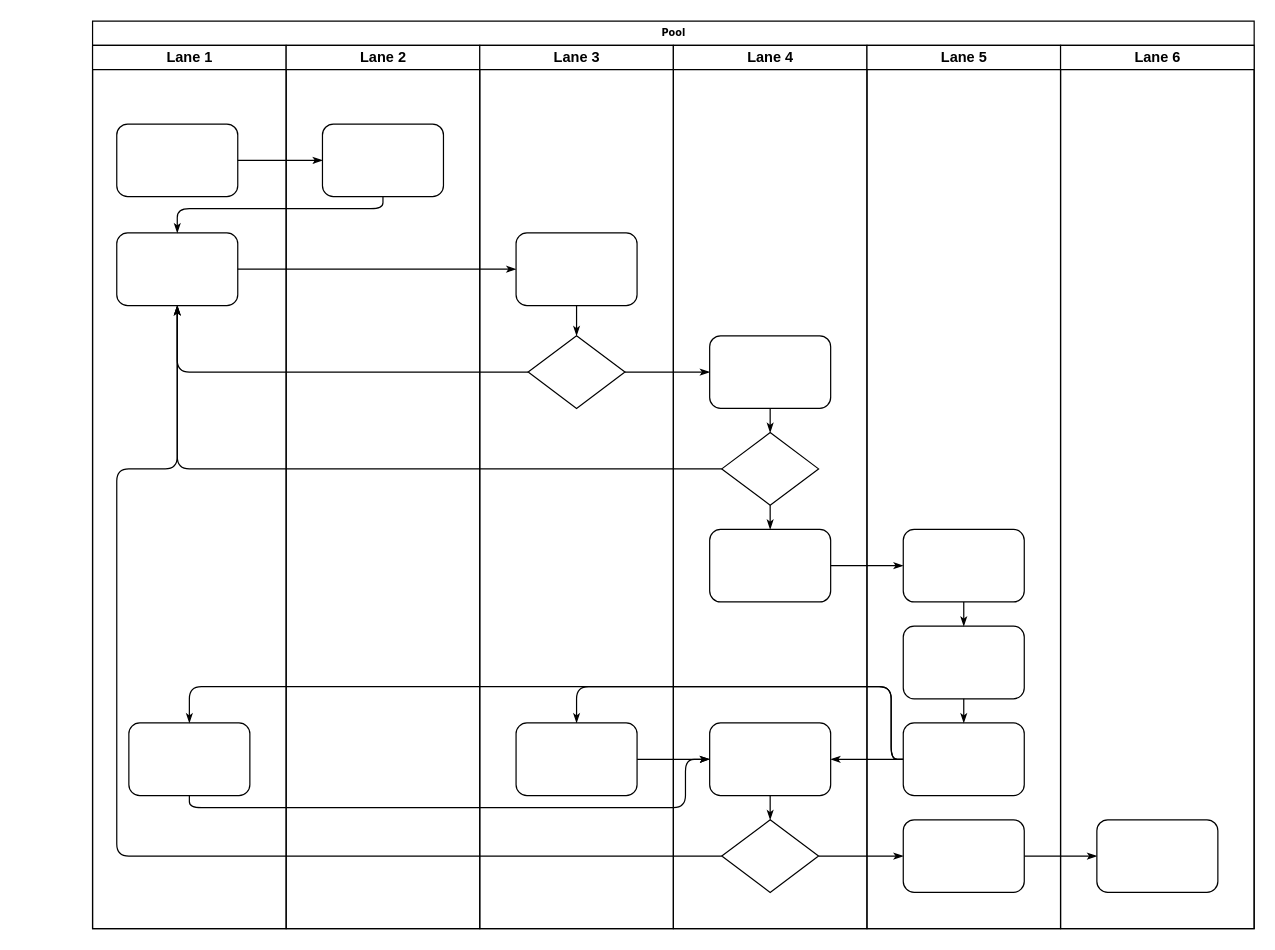
This is universal-engine/配置优化.drawio from karlchan-cn/drawio-repository, a draw.io file, before an edit. Source tidied: cells renumbered, new cells numbered last; positions are measured from the earlier drawing's top-left corner, leaving out a move shared by most shapes. Both pictures are drawn from the tidied source at 121%, with x=0, y=0 at pixel (92, 21).
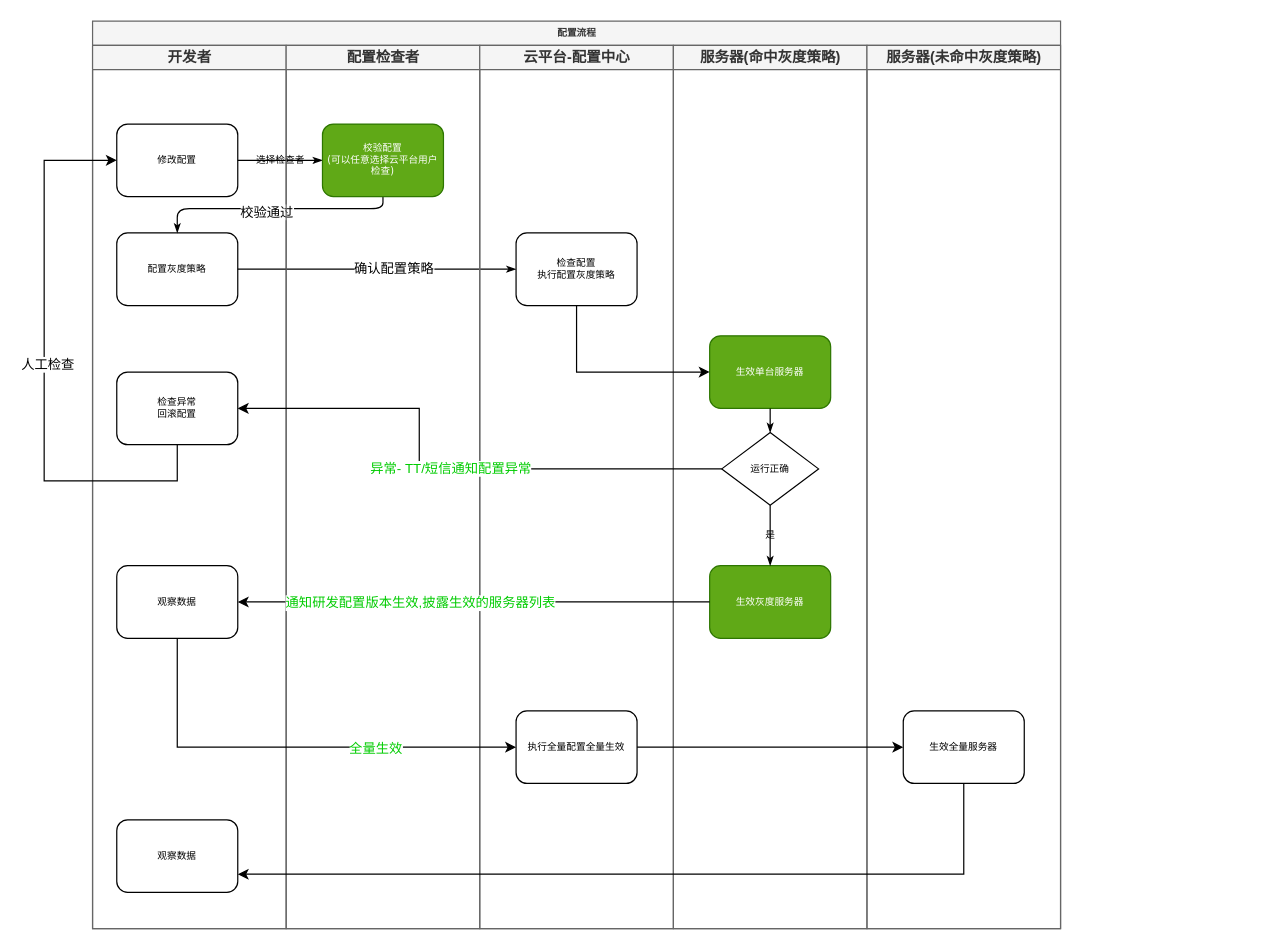
Above is the later version.

The change refers to these unchanged cells:
```xml
<mxCell id="8" style="edgeStyle=orthogonalEdgeStyle;rounded=1;html=1;labelBackgroundColor=none;startArrow=none;startFill=0;startSize=5;endArrow=classicThin;endFill=1;endSize=5;jettySize=auto;strokeWidth=1;fontFamily=Verdana;fontSize=8;" parent="2" edge="1" source="23" target="5">
  <mxGeometry relative="1" as="geometry">
    <Array as="points">
      <mxPoint x="240" y="155" />
      <mxPoint x="70" y="155" />
    </Array>
  </mxGeometry>
</mxCell>
<mxCell id="9" style="edgeStyle=orthogonalEdgeStyle;rounded=1;html=1;labelBackgroundColor=none;startArrow=none;startFill=0;startSize=5;endArrow=classicThin;endFill=1;endSize=5;jettySize=auto;strokeWidth=1;fontFamily=Verdana;fontSize=8;" parent="2" edge="1" source="5" target="25">
  <mxGeometry relative="1" as="geometry" />
</mxCell>
```

The edit, as a diff of the source:
```diff
@@
-    <mxCell id="2" value="Pool" style="swimlane;html=1;startSize=20;rounded=0;shadow=0;labelBackgroundColor=none;strokeWidth=1;fontFamily=Verdana;fontSize=8;align=center;" parent="1" vertex="1">
-      <mxGeometry width="960" height="750" as="geometry" />
+    <mxCell id="2" value="配置流程" style="swimlane;html=1;startSize=20;rounded=0;shadow=0;labelBackgroundColor=none;strokeWidth=1;fontFamily=Verdana;fontSize=8;align=center;fillColor=#f5f5f5;fontColor=#333333;strokeColor=#666666;" parent="1" vertex="1">
+      <mxGeometry width="800" height="750" as="geometry" />
     </mxCell>
-    <mxCell id="3" value="Lane 1" style="swimlane;html=1;startSize=20;" parent="2" vertex="1">
+    <mxCell id="3" value="开发者" style="swimlane;html=1;startSize=20;fillColor=#f5f5f5;fontColor=#333333;strokeColor=#666666;" parent="2" vertex="1">
       <mxGeometry y="20" width="160" height="730" as="geometry" />
     </mxCell>
-    <mxCell id="4" style="rounded=1;whiteSpace=wrap;html=1;shadow=0;labelBackgroundColor=none;strokeWidth=1;fontFamily=Verdana;fontSize=8;align=center;" parent="3" vertex="1">
+    <mxCell id="4" value="修改配置" style="rounded=1;whiteSpace=wrap;html=1;shadow=0;labelBackgroundColor=none;strokeWidth=1;fontFamily=Verdana;fontSize=8;align=center;" parent="3" vertex="1">
       <mxGeometry x="20" y="65" width="100" height="60" as="geometry" />
     </mxCell>
-    <mxCell id="5" style="rounded=1;whiteSpace=wrap;html=1;shadow=0;labelBackgroundColor=none;strokeWidth=1;fontFamily=Verdana;fontSize=8;align=center;" parent="3" vertex="1">
+    <mxCell id="5" value="配置灰度策略" style="rounded=1;whiteSpace=wrap;html=1;shadow=0;labelBackgroundColor=none;strokeWidth=1;fontFamily=Verdana;fontSize=8;align=center;" parent="3" vertex="1">
       <mxGeometry x="20" y="155" width="100" height="60" as="geometry" />
     </mxCell>
-    <mxCell id="6" style="rounded=1;whiteSpace=wrap;html=1;shadow=0;labelBackgroundColor=none;strokeWidth=1;fontFamily=Verdana;fontSize=8;align=center;" parent="3" vertex="1">
-      <mxGeometry x="30" y="560" width="100" height="60" as="geometry" />
-    </mxCell>
+    <mxCell id="47" style="edgeStyle=orthogonalEdgeStyle;rounded=0;jettySize=auto;html=1;entryX=0;entryY=0.5;entryDx=0;entryDy=0;" parent="3" edge="1" source="49" target="4">
+      <mxGeometry relative="1" as="geometry">
+        <Array as="points">
+          <mxPoint x="-40" y="360" />
+          <mxPoint x="-40" y="95" />
+        </Array>
+      </mxGeometry>
+    </mxCell>
+    <mxCell id="48" value="人工检查" style="edgeLabel;html=1;align=center;verticalAlign=middle;" parent="47" vertex="1">
+      <mxGeometry x="0.02" y="-2" relative="1" as="geometry" />
+    </mxCell>
+    <mxCell id="49" value="检查异常&lt;br&gt;回滚配置" style="rounded=1;whiteSpace=wrap;html=1;shadow=0;labelBackgroundColor=none;strokeWidth=1;fontFamily=Verdana;fontSize=8;align=center;" parent="3" vertex="1">
+      <mxGeometry x="20" y="270" width="100" height="60" as="geometry" />
+    </mxCell>
+    <mxCell id="50" value="观察数据" style="rounded=1;whiteSpace=wrap;html=1;shadow=0;labelBackgroundColor=none;strokeWidth=1;fontFamily=Verdana;fontSize=8;align=center;" parent="3" vertex="1">
+      <mxGeometry x="20" y="430" width="100" height="60" as="geometry" />
+    </mxCell>
+    <mxCell id="51" value="观察数据" style="rounded=1;whiteSpace=wrap;html=1;shadow=0;labelBackgroundColor=none;strokeWidth=1;fontFamily=Verdana;fontSize=8;align=center;" parent="3" vertex="1">
+      <mxGeometry x="20" y="640" width="100" height="60" as="geometry" />
+    </mxCell>
-    <mxCell id="7" style="edgeStyle=orthogonalEdgeStyle;rounded=1;html=1;labelBackgroundColor=none;startArrow=none;startFill=0;startSize=5;endArrow=classicThin;endFill=1;endSize=5;jettySize=auto;strokeWidth=1;fontFamily=Verdana;fontSize=8;" parent="2" edge="1" source="4" target="23">
+    <mxCell id="7" value="选择检查者" style="edgeStyle=orthogonalEdgeStyle;rounded=1;html=1;labelBackgroundColor=none;startArrow=none;startFill=0;startSize=5;endArrow=classicThin;endFill=1;endSize=5;jettySize=auto;strokeWidth=1;fontFamily=Verdana;fontSize=8;" parent="2" edge="1" source="4" target="23">
       <mxGeometry relative="1" as="geometry" />
     </mxCell>
@@
+    <mxCell id="52" value="校验通过" style="edgeLabel;html=1;align=center;verticalAlign=middle;" parent="8" vertex="1">
+      <mxGeometry x="0.07" y="2" relative="1" as="geometry" />
+    </mxCell>
@@
-    <mxCell id="10" style="edgeStyle=orthogonalEdgeStyle;rounded=1;html=1;labelBackgroundColor=none;startArrow=none;startFill=0;startSize=5;endArrow=classicThin;endFill=1;endSize=5;jettySize=auto;strokeWidth=1;fontFamily=Verdana;fontSize=8;" parent="2" edge="1" source="26" target="5">
-      <mxGeometry relative="1" as="geometry" />
-    </mxCell>
-    <mxCell id="11" style="edgeStyle=orthogonalEdgeStyle;rounded=1;html=1;labelBackgroundColor=none;startArrow=none;startFill=0;startSize=5;endArrow=classicThin;endFill=1;endSize=5;jettySize=auto;strokeWidth=1;fontFamily=Verdana;fontSize=8;" parent="2" edge="1" source="31" target="5">
-      <mxGeometry relative="1" as="geometry" />
-    </mxCell>
-    <mxCell id="12" style="edgeStyle=orthogonalEdgeStyle;rounded=1;html=1;labelBackgroundColor=none;startArrow=none;startFill=0;startSize=5;endArrow=classicThin;endFill=1;endSize=5;jettySize=auto;strokeWidth=1;fontFamily=Verdana;fontSize=8;" parent="2" edge="1" source="34" target="5">
-      <mxGeometry relative="1" as="geometry">
-        <Array as="points">
-          <mxPoint x="20" y="690" />
-          <mxPoint x="20" y="370" />
-          <mxPoint x="70" y="370" />
-        </Array>
-      </mxGeometry>
-    </mxCell>
-    <mxCell id="13" style="edgeStyle=orthogonalEdgeStyle;rounded=1;html=1;labelBackgroundColor=none;startArrow=none;startFill=0;startSize=5;endArrow=classicThin;endFill=1;endSize=5;jettySize=auto;strokeWidth=1;fontFamily=Verdana;fontSize=8;" parent="2" edge="1" source="26" target="30">
-      <mxGeometry relative="1" as="geometry" />
-    </mxCell>
-    <mxCell id="14" style="edgeStyle=orthogonalEdgeStyle;rounded=1;html=1;labelBackgroundColor=none;startArrow=none;startFill=0;startSize=5;endArrow=classicThin;endFill=1;endSize=5;jettySize=auto;strokeWidth=1;fontFamily=Verdana;fontSize=8;" parent="2" edge="1" source="34" target="42">
-      <mxGeometry relative="1" as="geometry" />
-    </mxCell>
+    <mxCell id="53" value="确认配置策略" style="edgeLabel;html=1;align=center;verticalAlign=middle;" parent="9" vertex="1">
+      <mxGeometry x="0.11" y="1" relative="1" as="geometry" />
+    </mxCell>
-    <mxCell id="15" style="edgeStyle=orthogonalEdgeStyle;rounded=1;html=1;labelBackgroundColor=none;startArrow=none;startFill=0;startSize=5;endArrow=classicThin;endFill=1;endSize=5;jettySize=auto;strokeWidth=1;fontFamily=Verdana;fontSize=8;" parent="2" edge="1" source="42" target="46">
-      <mxGeometry relative="1" as="geometry" />
+    <mxCell id="15" style="edgeStyle=orthogonalEdgeStyle;rounded=1;html=1;labelBackgroundColor=none;startArrow=none;startFill=0;startSize=5;endArrow=classicThin;endFill=1;endSize=5;jettySize=auto;orthogonalLoop=1;strokeWidth=1;fontFamily=Verdana;fontSize=8;" parent="2" edge="1">
+      <mxGeometry relative="1" as="geometry">
+        <mxPoint x="830" y="690" as="targetPoint" />
+      </mxGeometry>
     </mxCell>
-    <mxCell id="16" style="edgeStyle=orthogonalEdgeStyle;rounded=1;html=1;labelBackgroundColor=none;startArrow=none;startFill=0;startSize=5;endArrow=classicThin;endFill=1;endSize=5;jettySize=auto;strokeWidth=1;fontFamily=Verdana;fontSize=8;" parent="2" edge="1" source="32" target="39">
-      <mxGeometry relative="1" as="geometry" />
-    </mxCell>
-    <mxCell id="17" style="edgeStyle=orthogonalEdgeStyle;rounded=1;html=1;labelBackgroundColor=none;startArrow=none;startFill=0;startSize=5;endArrow=classicThin;endFill=1;endSize=5;jettySize=auto;strokeWidth=1;fontFamily=Verdana;fontSize=8;" parent="2" edge="1" source="41" target="27">
-      <mxGeometry relative="1" as="geometry">
-        <Array as="points">
-          <mxPoint x="660" y="610" />
-          <mxPoint x="660" y="550" />
-          <mxPoint x="400" y="550" />
-        </Array>
-      </mxGeometry>
-    </mxCell>
-    <mxCell id="18" style="edgeStyle=orthogonalEdgeStyle;rounded=1;html=1;labelBackgroundColor=none;startArrow=none;startFill=0;startSize=5;endArrow=classicThin;endFill=1;endSize=5;jettySize=auto;strokeColor=#000000;strokeWidth=1;fontFamily=Verdana;fontSize=8;fontColor=#000000;" parent="2" edge="1" source="41" target="33">
-      <mxGeometry relative="1" as="geometry" />
-    </mxCell>
-    <mxCell id="19" style="edgeStyle=orthogonalEdgeStyle;rounded=1;html=1;labelBackgroundColor=none;startArrow=none;startFill=0;startSize=5;endArrow=classicThin;endFill=1;endSize=5;jettySize=auto;strokeWidth=1;fontFamily=Verdana;fontSize=8;" parent="2" edge="1" source="41" target="6">
-      <mxGeometry relative="1" as="geometry">
-        <Array as="points">
-          <mxPoint x="660" y="610" />
-          <mxPoint x="660" y="550" />
-          <mxPoint x="80" y="550" />
-        </Array>
-      </mxGeometry>
-    </mxCell>
-    <mxCell id="20" style="edgeStyle=orthogonalEdgeStyle;rounded=1;html=1;labelBackgroundColor=none;startArrow=none;startFill=0;startSize=5;endArrow=classicThin;endFill=1;endSize=5;jettySize=auto;strokeWidth=1;fontFamily=Verdana;fontSize=8;" parent="2" edge="1" source="6" target="33">
-      <mxGeometry relative="1" as="geometry">
-        <Array as="points">
-          <mxPoint x="80" y="650" />
-          <mxPoint x="490" y="650" />
-          <mxPoint x="490" y="610" />
-        </Array>
-      </mxGeometry>
-    </mxCell>
-    <mxCell id="21" style="edgeStyle=orthogonalEdgeStyle;rounded=1;html=1;labelBackgroundColor=none;startArrow=none;startFill=0;startSize=5;endArrow=classicThin;endFill=1;endSize=5;jettySize=auto;strokeWidth=1;fontFamily=Verdana;fontSize=8;" parent="2" edge="1" source="27" target="33">
-      <mxGeometry relative="1" as="geometry" />
-    </mxCell>
-    <mxCell id="22" value="Lane 2" style="swimlane;html=1;startSize=20;" parent="2" vertex="1">
+    <mxCell id="22" value="配置检查者" style="swimlane;html=1;startSize=20;fillColor=#f5f5f5;fontColor=#333333;strokeColor=#666666;" parent="2" vertex="1">
       <mxGeometry x="160" y="20" width="160" height="730" as="geometry" />
     </mxCell>
-    <mxCell id="23" style="rounded=1;whiteSpace=wrap;html=1;shadow=0;labelBackgroundColor=none;strokeWidth=1;fontFamily=Verdana;fontSize=8;align=center;" parent="22" vertex="1">
+    <mxCell id="23" value="校验配置&lt;br&gt;(可以任意选择云平台用户检查)" style="rounded=1;whiteSpace=wrap;html=1;shadow=0;labelBackgroundColor=none;strokeWidth=1;fontFamily=Verdana;fontSize=8;align=center;fillColor=#60a917;strokeColor=#2D7600;fontColor=#ffffff;" parent="22" vertex="1">
       <mxGeometry x="30" y="65" width="100" height="60" as="geometry" />
     </mxCell>
-    <mxCell id="24" value="Lane 3" style="swimlane;html=1;startSize=20;" parent="2" vertex="1">
+    <mxCell id="24" value="云平台-配置中心" style="swimlane;html=1;startSize=20;fillColor=#f5f5f5;fontColor=#333333;strokeColor=#666666;" parent="2" vertex="1">
       <mxGeometry x="320" y="20" width="160" height="730" as="geometry" />
     </mxCell>
-    <mxCell id="25" style="rounded=1;whiteSpace=wrap;html=1;shadow=0;labelBackgroundColor=none;strokeWidth=1;fontFamily=Verdana;fontSize=8;align=center;" parent="24" vertex="1">
+    <mxCell id="25" value="检查配置&lt;br&gt;执行配置灰度策略" style="rounded=1;whiteSpace=wrap;html=1;shadow=0;labelBackgroundColor=none;strokeWidth=1;fontFamily=Verdana;fontSize=8;align=center;" parent="24" vertex="1">
       <mxGeometry x="30" y="155" width="100" height="60" as="geometry" />
     </mxCell>
-    <mxCell id="26" style="rhombus;whiteSpace=wrap;html=1;rounded=0;shadow=0;labelBackgroundColor=none;strokeWidth=1;fontFamily=Verdana;fontSize=8;align=center;" parent="24" vertex="1">
-      <mxGeometry x="40" y="240" width="80" height="60" as="geometry" />
-    </mxCell>
-    <mxCell id="27" style="rounded=1;whiteSpace=wrap;html=1;shadow=0;labelBackgroundColor=none;strokeWidth=1;fontFamily=Verdana;fontSize=8;align=center;" parent="24" vertex="1">
-      <mxGeometry x="30" y="560" width="100" height="60" as="geometry" />
-    </mxCell>
-    <mxCell id="28" style="edgeStyle=orthogonalEdgeStyle;rounded=1;html=1;labelBackgroundColor=none;startArrow=none;startFill=0;startSize=5;endArrow=classicThin;endFill=1;endSize=5;jettySize=auto;strokeWidth=1;fontFamily=Verdana;fontSize=8;" parent="24" edge="1" source="25" target="26">
-      <mxGeometry relative="1" as="geometry" />
-    </mxCell>
+    <mxCell id="54" value="执行全量配置全量生效" style="rounded=1;whiteSpace=wrap;html=1;shadow=0;labelBackgroundColor=none;strokeWidth=1;fontFamily=Verdana;fontSize=8;align=center;" parent="24" vertex="1">
+      <mxGeometry x="30" y="550" width="100" height="60" as="geometry" />
+    </mxCell>
-    <mxCell id="29" value="Lane 4" style="swimlane;html=1;startSize=20;" parent="2" vertex="1">
+    <mxCell id="29" value="服务器(命中灰度策略)" style="swimlane;html=1;startSize=20;fillColor=#f5f5f5;fontColor=#333333;strokeColor=#666666;" parent="2" vertex="1">
       <mxGeometry x="480" y="20" width="160" height="730" as="geometry" />
     </mxCell>
-    <mxCell id="30" style="rounded=1;whiteSpace=wrap;html=1;shadow=0;labelBackgroundColor=none;strokeWidth=1;fontFamily=Verdana;fontSize=8;align=center;" parent="29" vertex="1">
+    <mxCell id="30" value="生效单台服务器" style="rounded=1;whiteSpace=wrap;html=1;shadow=0;labelBackgroundColor=none;strokeWidth=1;fontFamily=Verdana;fontSize=8;align=center;fillColor=#60a917;fontColor=#ffffff;strokeColor=#2D7600;" parent="29" vertex="1">
       <mxGeometry x="30" y="240" width="100" height="60" as="geometry" />
     </mxCell>
-    <mxCell id="31" style="rhombus;whiteSpace=wrap;html=1;rounded=0;shadow=0;labelBackgroundColor=none;strokeWidth=1;fontFamily=Verdana;fontSize=8;align=center;" parent="29" vertex="1">
+    <mxCell id="31" value="运行正确" style="rhombus;whiteSpace=wrap;html=1;rounded=0;shadow=0;labelBackgroundColor=none;strokeWidth=1;fontFamily=Verdana;fontSize=8;align=center;" parent="29" vertex="1">
       <mxGeometry x="40" y="320" width="80" height="60" as="geometry" />
     </mxCell>
-    <mxCell id="32" style="rounded=1;whiteSpace=wrap;html=1;shadow=0;labelBackgroundColor=none;strokeWidth=1;fontFamily=Verdana;fontSize=8;align=center;" parent="29" vertex="1">
-      <mxGeometry x="30" y="400" width="100" height="60" as="geometry" />
+    <mxCell id="32" value="生效灰度服务器" style="rounded=1;whiteSpace=wrap;html=1;shadow=0;labelBackgroundColor=none;strokeWidth=1;fontFamily=Verdana;fontSize=8;align=center;fillColor=#60a917;fontColor=#ffffff;strokeColor=#2D7600;" parent="29" vertex="1">
+      <mxGeometry x="30" y="430" width="100" height="60" as="geometry" />
     </mxCell>
-    <mxCell id="33" style="rounded=1;whiteSpace=wrap;html=1;shadow=0;labelBackgroundColor=none;strokeWidth=1;fontFamily=Verdana;fontSize=8;align=center;" parent="29" vertex="1">
-      <mxGeometry x="30" y="560" width="100" height="60" as="geometry" />
-    </mxCell>
-    <mxCell id="34" style="rhombus;whiteSpace=wrap;html=1;rounded=0;shadow=0;labelBackgroundColor=none;strokeWidth=1;fontFamily=Verdana;fontSize=8;align=center;" parent="29" vertex="1">
-      <mxGeometry x="40" y="640" width="80" height="60" as="geometry" />
-    </mxCell>
@@
-    <mxCell id="36" style="edgeStyle=orthogonalEdgeStyle;rounded=1;html=1;labelBackgroundColor=none;startArrow=none;startFill=0;startSize=5;endArrow=classicThin;endFill=1;endSize=5;jettySize=auto;strokeWidth=1;fontFamily=Verdana;fontSize=8;" parent="29" edge="1" source="31" target="32">
+    <mxCell id="36" value="是" style="edgeStyle=orthogonalEdgeStyle;rounded=1;html=1;labelBackgroundColor=none;startArrow=none;startFill=0;startSize=5;endArrow=classicThin;endFill=1;endSize=5;jettySize=auto;strokeWidth=1;fontFamily=Verdana;fontSize=8;" parent="29" edge="1" source="31" target="32">
       <mxGeometry relative="1" as="geometry" />
     </mxCell>
-    <mxCell id="37" style="edgeStyle=orthogonalEdgeStyle;rounded=1;html=1;labelBackgroundColor=none;startArrow=none;startFill=0;startSize=5;endArrow=classicThin;endFill=1;endSize=5;jettySize=auto;strokeWidth=1;fontFamily=Verdana;fontSize=8;" parent="29" edge="1" source="33" target="34">
-      <mxGeometry relative="1" as="geometry" />
-    </mxCell>
-    <mxCell id="38" value="Lane 5" style="swimlane;html=1;startSize=20;" parent="2" vertex="1">
+    <mxCell id="38" value="服务器(未命中灰度策略)" style="swimlane;html=1;startSize=20;fillColor=#f5f5f5;fontColor=#333333;strokeColor=#666666;" parent="2" vertex="1">
       <mxGeometry x="640" y="20" width="160" height="730" as="geometry" />
     </mxCell>
-    <mxCell id="39" style="rounded=1;whiteSpace=wrap;html=1;shadow=0;labelBackgroundColor=none;strokeWidth=1;fontFamily=Verdana;fontSize=8;align=center;" parent="38" vertex="1">
-      <mxGeometry x="30" y="400" width="100" height="60" as="geometry" />
-    </mxCell>
-    <mxCell id="40" style="rounded=1;whiteSpace=wrap;html=1;shadow=0;labelBackgroundColor=none;strokeWidth=1;fontFamily=Verdana;fontSize=8;align=center;" parent="38" vertex="1">
-      <mxGeometry x="30" y="480" width="100" height="60" as="geometry" />
-    </mxCell>
-    <mxCell id="41" style="rounded=1;whiteSpace=wrap;html=1;shadow=0;labelBackgroundColor=none;strokeWidth=1;fontFamily=Verdana;fontSize=8;align=center;" parent="38" vertex="1">
-      <mxGeometry x="30" y="560" width="100" height="60" as="geometry" />
-    </mxCell>
-    <mxCell id="42" style="rounded=1;whiteSpace=wrap;html=1;shadow=0;labelBackgroundColor=none;strokeWidth=1;fontFamily=Verdana;fontSize=8;align=center;" parent="38" vertex="1">
-      <mxGeometry x="30" y="640" width="100" height="60" as="geometry" />
-    </mxCell>
-    <mxCell id="43" style="edgeStyle=orthogonalEdgeStyle;rounded=1;html=1;labelBackgroundColor=none;startArrow=none;startFill=0;startSize=5;endArrow=classicThin;endFill=1;endSize=5;jettySize=auto;strokeWidth=1;fontFamily=Verdana;fontSize=8;" parent="38" edge="1" source="39" target="40">
-      <mxGeometry relative="1" as="geometry" />
-    </mxCell>
-    <mxCell id="44" style="edgeStyle=orthogonalEdgeStyle;rounded=1;html=1;labelBackgroundColor=none;startArrow=none;startFill=0;startSize=5;endArrow=classicThin;endFill=1;endSize=5;jettySize=auto;strokeWidth=1;fontFamily=Verdana;fontSize=8;" parent="38" edge="1" source="40" target="41">
-      <mxGeometry relative="1" as="geometry" />
-    </mxCell>
-    <mxCell id="45" value="Lane 6" style="swimlane;html=1;startSize=20;" parent="2" vertex="1">
-      <mxGeometry x="800" y="20" width="160" height="730" as="geometry" />
-    </mxCell>
-    <mxCell id="46" style="rounded=1;whiteSpace=wrap;html=1;shadow=0;labelBackgroundColor=none;strokeWidth=1;fontFamily=Verdana;fontSize=8;align=center;" parent="45" vertex="1">
-      <mxGeometry x="30" y="640" width="100" height="60" as="geometry" />
-    </mxCell>
+    <mxCell id="55" value="生效全量服务器" style="rounded=1;whiteSpace=wrap;html=1;shadow=0;labelBackgroundColor=none;strokeWidth=1;fontFamily=Verdana;fontSize=8;align=center;" parent="38" vertex="1">
+      <mxGeometry x="30" y="550" width="100" height="60" as="geometry" />
+    </mxCell>
+    <mxCell id="56" style="edgeStyle=orthogonalEdgeStyle;rounded=0;jettySize=auto;html=1;entryX=0;entryY=0.5;entryDx=0;entryDy=0;exitX=0.5;exitY=1;exitDx=0;exitDy=0;" parent="2" edge="1" source="25" target="30">
+      <mxGeometry relative="1" as="geometry" />
+    </mxCell>
+    <mxCell id="57" style="edgeStyle=orthogonalEdgeStyle;rounded=0;jettySize=auto;html=1;entryX=1;entryY=0.5;entryDx=0;entryDy=0;" parent="2" edge="1" source="31" target="49">
+      <mxGeometry relative="1" as="geometry">
+        <Array as="points">
+          <mxPoint x="270" y="370" />
+          <mxPoint x="270" y="320" />
+        </Array>
+      </mxGeometry>
+    </mxCell>
+    <mxCell id="58" value="异常- TT/短信通知配置异常" style="edgeLabel;html=1;align=center;verticalAlign=middle;fontColor=#00CC00;" parent="57" vertex="1">
+      <mxGeometry y="-1" relative="1" as="geometry" />
+    </mxCell>
+    <mxCell id="59" style="edgeStyle=orthogonalEdgeStyle;rounded=0;jettySize=auto;html=1;entryX=0;entryY=0.5;entryDx=0;entryDy=0;" parent="2" edge="1" source="50" target="54">
+      <mxGeometry relative="1" as="geometry">
+        <Array as="points">
+          <mxPoint x="70" y="600" />
+        </Array>
+      </mxGeometry>
+    </mxCell>
+    <mxCell id="60" value="全量生效" style="edgeLabel;html=1;align=center;verticalAlign=middle;fontColor=#00CC00;" parent="59" vertex="1">
+      <mxGeometry x="0.37" relative="1" as="geometry" />
+    </mxCell>
+    <mxCell id="61" style="edgeStyle=orthogonalEdgeStyle;rounded=0;jettySize=auto;html=1;" parent="2" edge="1" source="54" target="55">
+      <mxGeometry relative="1" as="geometry" />
+    </mxCell>
+    <mxCell id="62" style="edgeStyle=orthogonalEdgeStyle;rounded=0;jettySize=auto;html=1;entryX=1;entryY=0.75;entryDx=0;entryDy=0;" parent="2" edge="1" source="55" target="51">
+      <mxGeometry relative="1" as="geometry">
+        <Array as="points">
+          <mxPoint x="720" y="705" />
+        </Array>
+      </mxGeometry>
+    </mxCell>
+    <mxCell id="63" style="edgeStyle=orthogonalEdgeStyle;rounded=0;jettySize=auto;html=1;" parent="1" edge="1" source="32">
+      <mxGeometry relative="1" as="geometry">
+        <mxPoint x="120" y="480" as="targetPoint" />
+      </mxGeometry>
+    </mxCell>
+    <mxCell id="64" value="通知研发配置版本生效,披露生效的服务器列表" style="edgeLabel;html=1;align=center;verticalAlign=middle;fontColor=#00CC00;" parent="63" vertex="1">
+      <mxGeometry x="0.23" relative="1" as="geometry" />
+    </mxCell>
```
